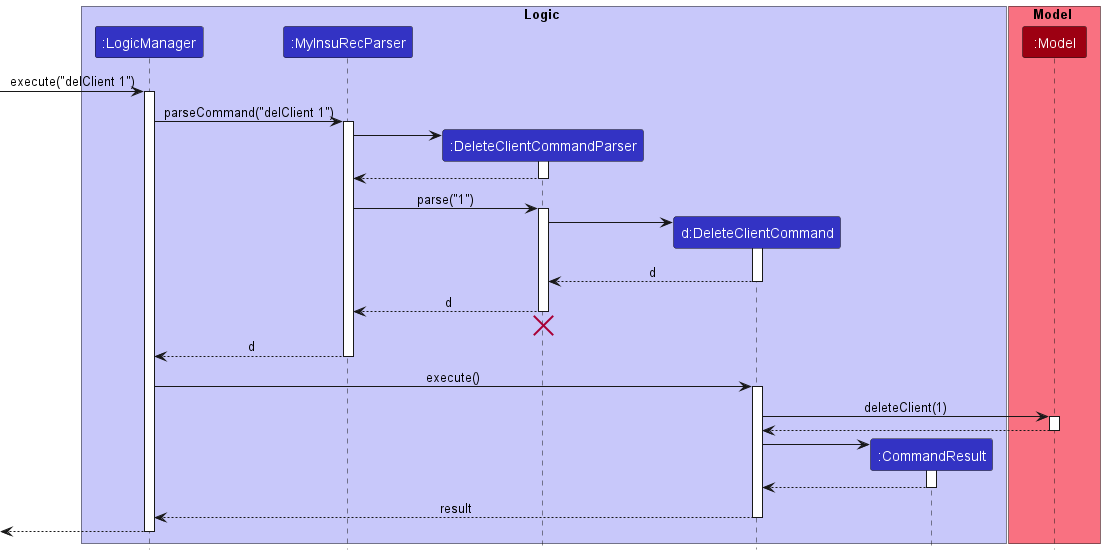
Before: docs/images/DeleteSequenceDiagram.png, a diagram exported from PlantUML (nus-cs2103-AY2223S1/tp).
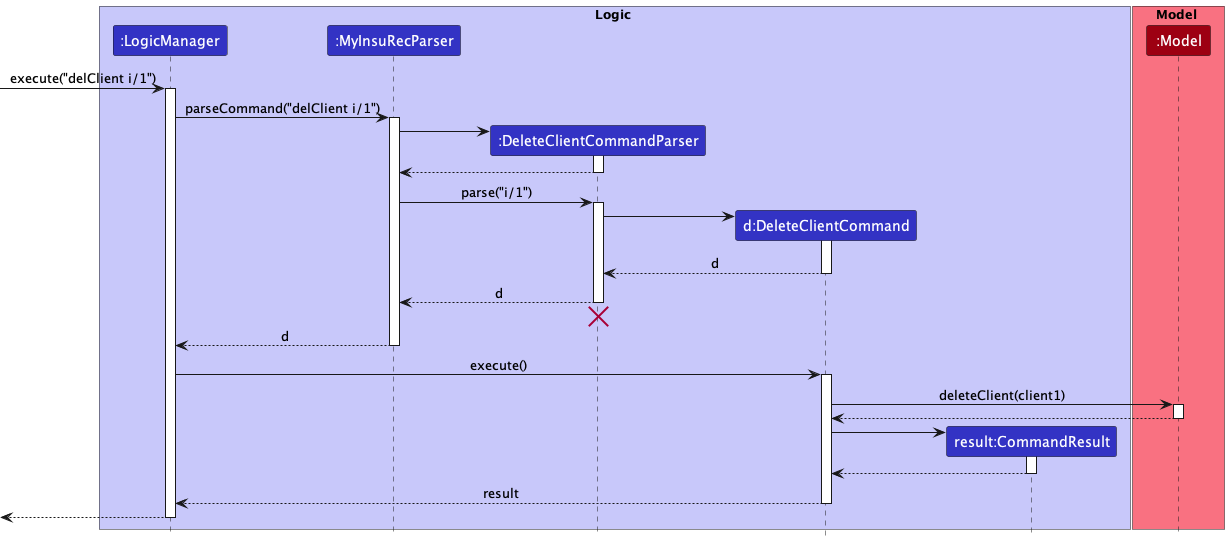
The same file after the commit.

What changed in the source:
```diff
@@ -6,17 +6,17 @@
 participant ":MyInsuRecParser" as MyInsuRecParser LOGIC_COLOR
 participant ":DeleteClientCommandParser" as DeleteClientCommandParser LOGIC_COLOR
 participant "d:DeleteClientCommand" as DeleteClientCommand LOGIC_COLOR
-participant ":CommandResult" as CommandResult LOGIC_COLOR
+participant "result:CommandResult" as CommandResult LOGIC_COLOR
 end box
 
 box Model MODEL_COLOR_T1
 participant ":Model" as Model MODEL_COLOR
 end box
 
-[-> LogicManager : execute("delClient 1")
+[-> LogicManager : execute("delClient i/1")
 activate LogicManager
 
-LogicManager -> MyInsuRecParser : parseCommand("delClient 1")
+LogicManager -> MyInsuRecParser : parseCommand("delClient i/1")
 activate MyInsuRecParser
 
 create DeleteClientCommandParser
@@ -26,7 +26,7 @@
 DeleteClientCommandParser --> MyInsuRecParser
 deactivate DeleteClientCommandParser
 
-MyInsuRecParser -> DeleteClientCommandParser : parse("1")
+MyInsuRecParser -> DeleteClientCommandParser : parse("i/1")
 activate DeleteClientCommandParser
 
 create DeleteClientCommand
@@ -47,7 +47,7 @@
 LogicManager -> DeleteClientCommand : execute()
 activate DeleteClientCommand
 
-DeleteClientCommand -> Model : deleteClient(1)
+DeleteClientCommand -> Model : deleteClient(client1)
 activate Model
 
 Model --> DeleteClientCommand
```
